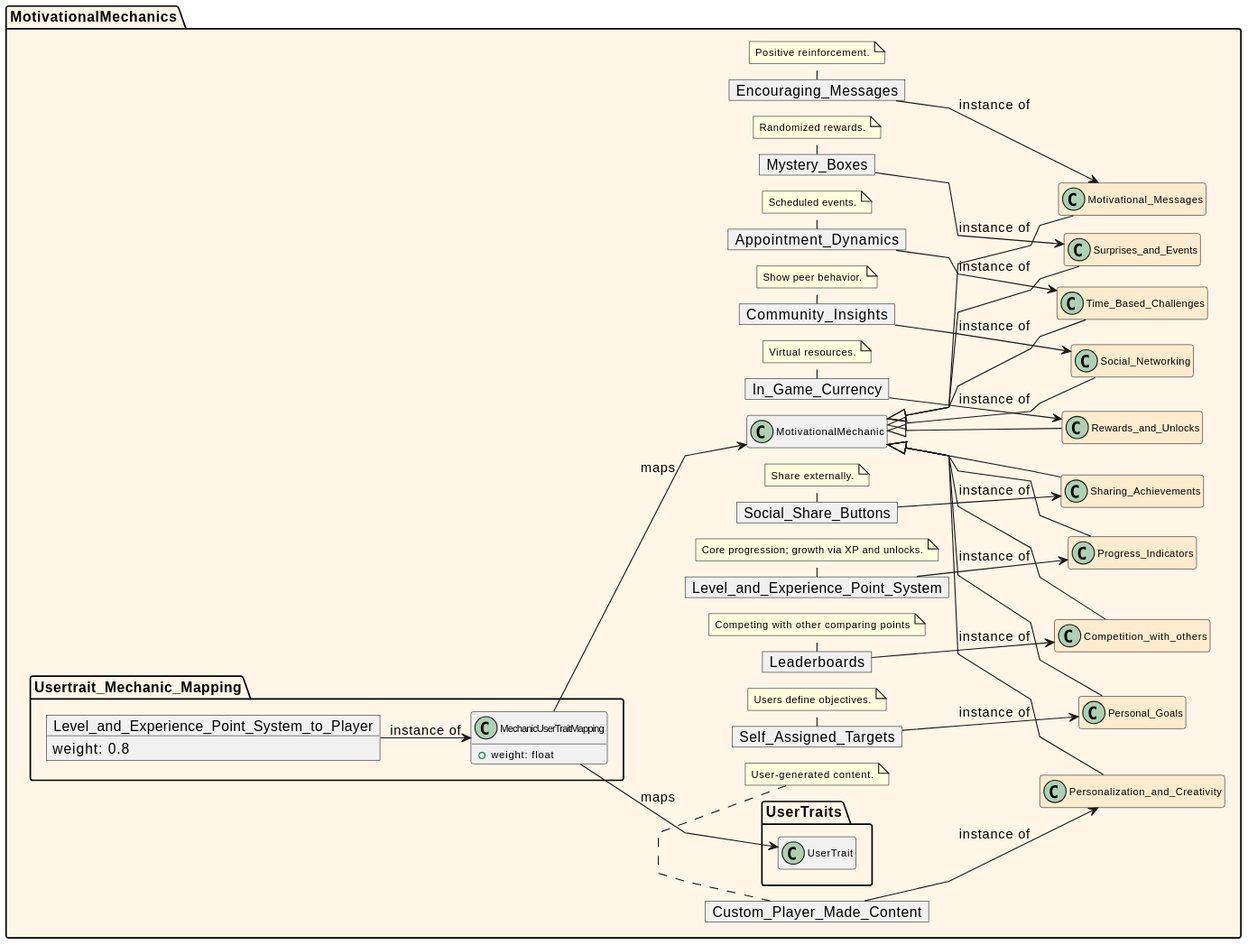
Maks-stack/ontology keeps this PlantUML diagram as out/UML/motivational_mechanics/motivational_mechanics.svg. Above is the earlier version. The source it was exported from:
```plantuml
@startuml
skinparam linetype polyline
left to right direction

hide empty methods
hide empty attributes
hide empty members

scale 0.8
skinparam nodesep 16
skinparam ranksep 18
skinparam PackageTitleFontSize 11
skinparam ClassFontSize 11
skinparam ClassAttributeFontSize 10
skinparam ClassStereotypeFontSize 10
skinparam NoteFontSize 10

package MotivationalMechanics #fff6e8 {
  left to right direction

  class MotivationalMechanic #ffe3b6ff
  hide MotivationalMechanic members

  class MotivationalMechanic

class Progress_Indicators #ffecceff extends MotivationalMechanic
object Level_and_Experience_Point_System
Level_and_Experience_Point_System --> Progress_Indicators : «instance of»
note bottom of Level_and_Experience_Point_System
Core progression; growth via XP and unlocks.
end note

class Competition_with_others #ffecceff extends MotivationalMechanic
hide Competition_with_others members
object Leaderboards
Leaderboards --> Competition_with_others : «instance of»
note bottom of Leaderboards
Competing with other comparing points
end note

class Personal_Goals #ffecceff extends MotivationalMechanic
hide Personal_Goals members
object Self_Assigned_Targets
Self_Assigned_Targets --> Personal_Goals : «instance of»
note bottom of Self_Assigned_Targets
Users define objectives.
end note

class Personalization_and_Creativity #ffecceff extends MotivationalMechanic
hide Personalization_and_Creativity members
object Custom_Player_Made_Content
Custom_Player_Made_Content --> Personalization_and_Creativity : «instance of»
note bottom of Custom_Player_Made_Content
User-generated content.
end note

class Sharing_Achievements #ffecceff extends MotivationalMechanic
hide Sharing_Achievements members
object Social_Share_Buttons
Social_Share_Buttons --> Sharing_Achievements : «instance of»
note bottom of Social_Share_Buttons
Share externally.
end note

class Social_Networking #ffecceff extends MotivationalMechanic
hide Social_Networking members
object Community_Insights
Community_Insights --> Social_Networking : «instance of»
note bottom of Community_Insights
Show peer behavior.
end note

class Surprises_and_Events #ffecceff extends MotivationalMechanic
hide Surprises_and_Events members
object Mystery_Boxes
Mystery_Boxes --> Surprises_and_Events : «instance of»
note bottom of Mystery_Boxes
Randomized rewards.
end note

class Motivational_Messages #ffecceff extends MotivationalMechanic
hide Motivational_Messages members
object Encouraging_Messages
Encouraging_Messages --> Motivational_Messages : «instance of»
note bottom of Encouraging_Messages
Positive reinforcement.
end note

class Time_Based_Challenges #ffecceff extends MotivationalMechanic
hide Time_Based_Challenges members
object Appointment_Dynamics
Appointment_Dynamics --> Time_Based_Challenges : «instance of»
note bottom of Appointment_Dynamics
Scheduled events.
end note

class Rewards_and_Unlocks #ffecceff extends MotivationalMechanic
hide Rewards_and_Unlocks members
object In_Game_Currency
In_Game_Currency --> Rewards_and_Unlocks : «instance of»
note bottom of In_Game_Currency
Virtual resources.
end note


  package Usertrait_Mechanic_Mapping {
    class MechanicTraitWeight {
      +weight: float
    }
    object Level_and_Experience_Point_System_to_Player {
      weight: 0.8
    }
    Level_and_Experience_Point_System_to_Player --> MechanicTraitWeight : instance of

  }

  Usertrait_Mechanic_Mapping.MechanicTraitWeight --> MotivationalMechanics.MotivationalMechanic : maps
  Usertrait_Mechanic_Mapping.MechanicTraitWeight --> UserTraits.UserTrait : maps
}
@enduml
```
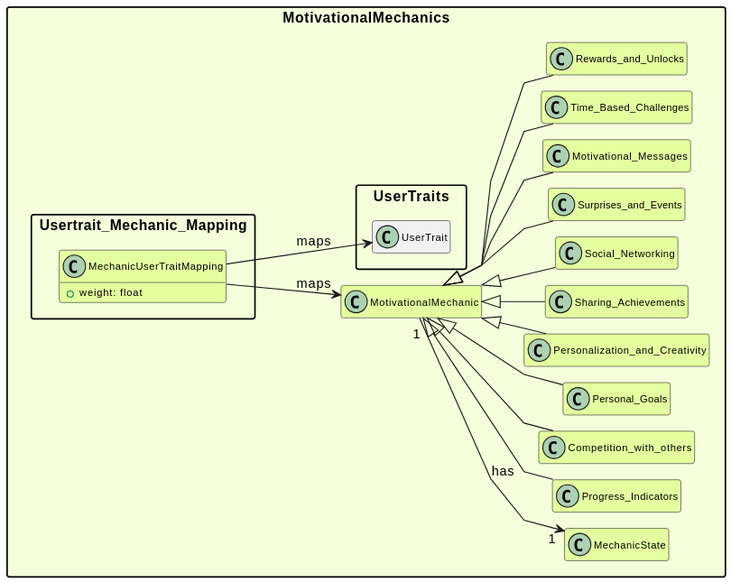
Above is the later version.

Diff of the diagram source:
```diff
@@ -1,10 +1,14 @@
 @startuml
 skinparam linetype polyline
+skinparam packageStyle rectangle
 left to right direction
 
 hide empty methods
 hide empty attributes
 hide empty members
+
+!define mechanicsBack        #f5ffdbff
+!define mechanicsFront      #e4ffa0ff
 
 scale 0.8
 skinparam nodesep 16
@@ -15,106 +19,55 @@
 skinparam ClassStereotypeFontSize 10
 skinparam NoteFontSize 10
 
-package MotivationalMechanics #fff6e8 {
+package MotivationalMechanics mechanicsBack {
   left to right direction
 
-  class MotivationalMechanic #ffe3b6ff
+  class MotivationalMechanic mechanicsFront
   hide MotivationalMechanic members
 
-  class MotivationalMechanic
+  class MechanicState mechanicsFront
 
-class Progress_Indicators #ffecceff extends MotivationalMechanic
-object Level_and_Experience_Point_System
-Level_and_Experience_Point_System --> Progress_Indicators : «instance of»
-note bottom of Level_and_Experience_Point_System
-Core progression; growth via XP and unlocks.
-end note
+  class Progress_Indicators mechanicsFront extends MotivationalMechanic
 
-class Competition_with_others #ffecceff extends MotivationalMechanic
-hide Competition_with_others members
-object Leaderboards
-Leaderboards --> Competition_with_others : «instance of»
-note bottom of Leaderboards
-Competing with other comparing points
-end note
+  class Competition_with_others mechanicsFront extends MotivationalMechanic
+  hide Competition_with_others members
 
-class Personal_Goals #ffecceff extends MotivationalMechanic
-hide Personal_Goals members
-object Self_Assigned_Targets
-Self_Assigned_Targets --> Personal_Goals : «instance of»
-note bottom of Self_Assigned_Targets
-Users define objectives.
-end note
+  class Personal_Goals mechanicsFront extends MotivationalMechanic
+  hide Personal_Goals members
 
-class Personalization_and_Creativity #ffecceff extends MotivationalMechanic
-hide Personalization_and_Creativity members
-object Custom_Player_Made_Content
-Custom_Player_Made_Content --> Personalization_and_Creativity : «instance of»
-note bottom of Custom_Player_Made_Content
-User-generated content.
-end note
+  class Personalization_and_Creativity mechanicsFront extends MotivationalMechanic
+  hide Personalization_and_Creativity members
 
-class Sharing_Achievements #ffecceff extends MotivationalMechanic
-hide Sharing_Achievements members
-object Social_Share_Buttons
-Social_Share_Buttons --> Sharing_Achievements : «instance of»
-note bottom of Social_Share_Buttons
-Share externally.
-end note
+  class Sharing_Achievements mechanicsFront extends MotivationalMechanic
+  hide Sharing_Achievements members
 
-class Social_Networking #ffecceff extends MotivationalMechanic
-hide Social_Networking members
-object Community_Insights
-Community_Insights --> Social_Networking : «instance of»
-note bottom of Community_Insights
-Show peer behavior.
-end note
+  class Social_Networking mechanicsFront extends MotivationalMechanic
+  hide Social_Networking members
 
-class Surprises_and_Events #ffecceff extends MotivationalMechanic
-hide Surprises_and_Events members
-object Mystery_Boxes
-Mystery_Boxes --> Surprises_and_Events : «instance of»
-note bottom of Mystery_Boxes
-Randomized rewards.
-end note
+  class Surprises_and_Events mechanicsFront extends MotivationalMechanic
+  hide Surprises_and_Events members
 
-class Motivational_Messages #ffecceff extends MotivationalMechanic
-hide Motivational_Messages members
-object Encouraging_Messages
-Encouraging_Messages --> Motivational_Messages : «instance of»
-note bottom of Encouraging_Messages
-Positive reinforcement.
-end note
+  class Motivational_Messages mechanicsFront extends MotivationalMechanic
+  hide Motivational_Messages members
 
-class Time_Based_Challenges #ffecceff extends MotivationalMechanic
-hide Time_Based_Challenges members
-object Appointment_Dynamics
-Appointment_Dynamics --> Time_Based_Challenges : «instance of»
-note bottom of Appointment_Dynamics
-Scheduled events.
-end note
+  class Time_Based_Challenges mechanicsFront extends MotivationalMechanic
+  hide Time_Based_Challenges members
 
-class Rewards_and_Unlocks #ffecceff extends MotivationalMechanic
-hide Rewards_and_Unlocks members
-object In_Game_Currency
-In_Game_Currency --> Rewards_and_Unlocks : «instance of»
-note bottom of In_Game_Currency
-Virtual resources.
-end note
+  class Rewards_and_Unlocks mechanicsFront extends MotivationalMechanic
+  hide Rewards_and_Unlocks members
 
-
-  package Usertrait_Mechanic_Mapping {
-    class MechanicTraitWeight {
+  package Usertrait_Mechanic_Mapping mechanicsBack {
+    class MechanicUserTraitMapping mechanicsFront {
       +weight: float
     }
-    object Level_and_Experience_Point_System_to_Player {
-      weight: 0.8
-    }
-    Level_and_Experience_Point_System_to_Player --> MechanicTraitWeight : instance of
-
   }
 
-  Usertrait_Mechanic_Mapping.MechanicTraitWeight --> MotivationalMechanics.MotivationalMechanic : maps
-  Usertrait_Mechanic_Mapping.MechanicTraitWeight --> UserTraits.UserTrait : maps
+  Usertrait_Mechanic_Mapping.MechanicUserTraitMapping --> MotivationalMechanics.MotivationalMechanic : maps
+
+  !if ($renderMode != "master")
+  Usertrait_Mechanic_Mapping.MechanicUserTraitMapping --> UserTraits.UserTrait : maps
+  !endif
+
+  MotivationalMechanic "1" --> "1" MechanicState : has
 }
 @enduml
```
